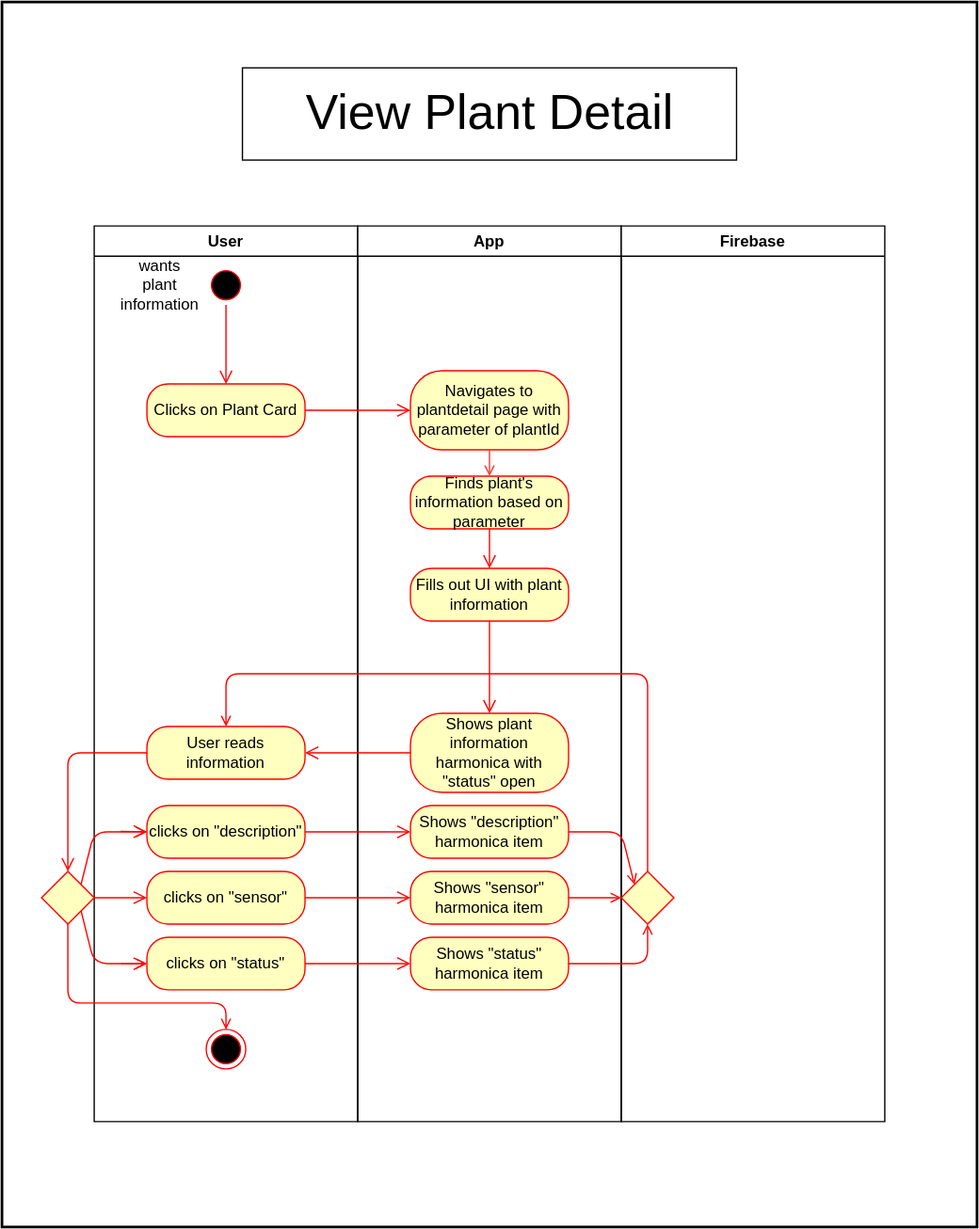
The draw.io diagram docs/assets/svg/useCaseDiagrams/viewPlantDetail.drawio.svg in Green-Fingers-App/gardeningApp, before a commit. Source tidied: cells renumbered, new cells last; positions are measured from the earlier drawing's top-left corner, leaving out a move shared by most shapes.
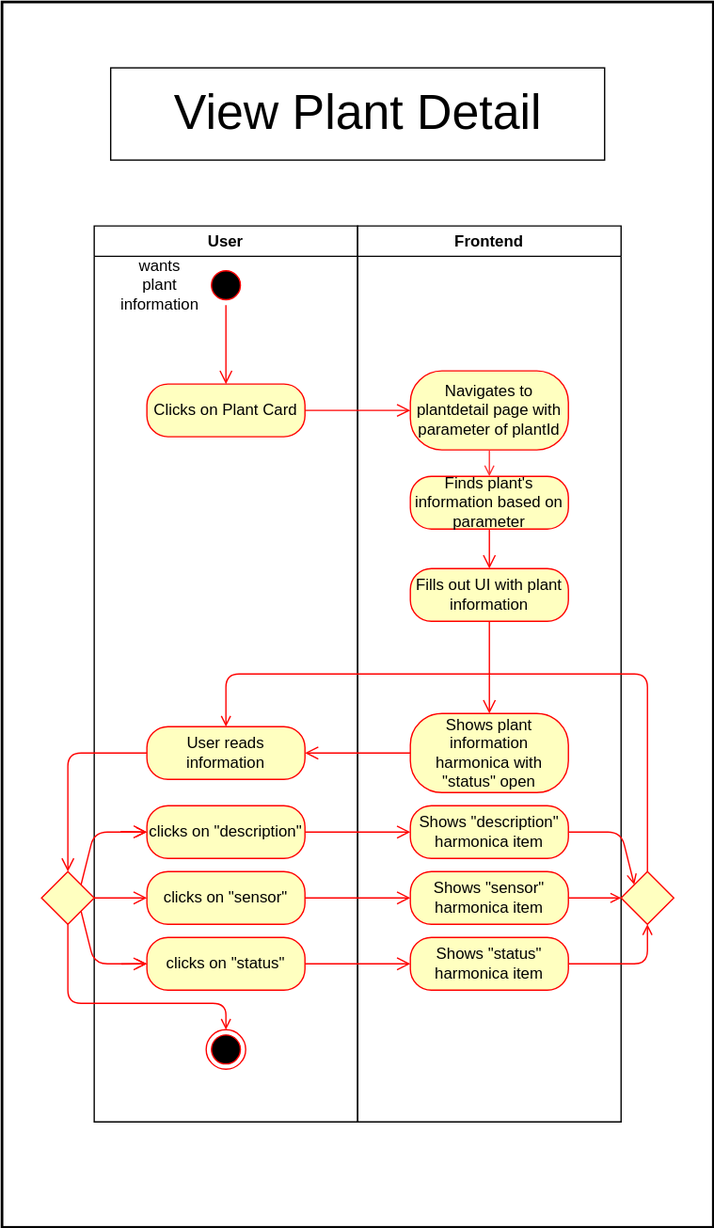
Above is the later version.

Diff of the diagram source:
```diff
@@ -3,7 +3,7 @@
     <mxCell id="0" />
     <mxCell id="1" parent="0" />
     <mxCell id="2" style="rounded=0;whiteSpace=wrap;html=1;strokeWidth=2;" parent="1" vertex="1">
-      <mxGeometry width="740" height="930" as="geometry" />
+      <mxGeometry width="540" height="930" as="geometry" />
     </mxCell>
     <mxCell id="3" value="User" style="swimlane;whiteSpace=wrap;html=1;" parent="1" vertex="1">
       <mxGeometry x="70" y="170" width="200" height="680" as="geometry" />
@@ -47,7 +47,7 @@
     <mxCell id="14" value="wants plant information" style="text;html=1;strokeColor=none;fillColor=none;align=center;verticalAlign=middle;whiteSpace=wrap;rounded=0;" parent="3" vertex="1">
       <mxGeometry x="20" y="30" width="60" height="30" as="geometry" />
     </mxCell>
-    <mxCell id="15" value="App" style="swimlane;whiteSpace=wrap;html=1;" parent="1" vertex="1">
+    <mxCell id="15" value="Frontend" style="swimlane;whiteSpace=wrap;html=1;" parent="1" vertex="1">
       <mxGeometry x="270" y="170" width="200" height="680" as="geometry" />
     </mxCell>
     <mxCell id="16" style="edgeStyle=none;html=1;strokeColor=#ff0000;endArrow=open;endFill=0;endSize=8;" parent="15" edge="1" source="17" target="18">
@@ -71,12 +71,6 @@
     <mxCell id="22" value="Navigates to plantdetail page with parameter of plantId" style="rounded=1;whiteSpace=wrap;html=1;arcSize=40;fontColor=#000000;fillColor=#ffffc0;strokeColor=#ff0000;strokeWidth=1;" parent="15" vertex="1">
       <mxGeometry x="40" y="110" width="120" height="60" as="geometry" />
     </mxCell>
-    <mxCell id="23" value="Firebase" style="swimlane;whiteSpace=wrap;html=1;" parent="1" vertex="1">
-      <mxGeometry x="470" y="170" width="200" height="680" as="geometry" />
-    </mxCell>
-    <mxCell id="24" style="rhombus;whiteSpace=wrap;html=1;fillColor=#ffffc0;strokeColor=#ff0000;" parent="23" vertex="1">
-      <mxGeometry y="490" width="40" height="40" as="geometry" />
-    </mxCell>
     <mxCell id="25" style="edgeStyle=orthogonalEdgeStyle;html=1;verticalAlign=bottom;endArrow=open;endSize=8;strokeColor=#ff0000;entryX=0;entryY=0.5;entryDx=0;entryDy=0;" parent="1" edge="1" source="6" target="22">
       <mxGeometry relative="1" as="geometry" />
     </mxCell>
@@ -167,7 +161,10 @@
       <mxGeometry relative="1" as="geometry" />
     </mxCell>
     <mxCell id="43" value="&lt;span style=&quot;font-size: 37px;&quot;&gt;View Plant Detail&lt;/span&gt;" style="html=1;strokeWidth=1;" parent="1" vertex="1">
-      <mxGeometry x="182.5" y="50" width="375" height="70" as="geometry" />
+      <mxGeometry x="82.5" y="50" width="375" height="70" as="geometry" />
     </mxCell>
+    <mxCell id="24" style="rhombus;whiteSpace=wrap;html=1;fillColor=#ffffc0;strokeColor=#ff0000;" parent="1" vertex="1">
+      <mxGeometry x="470" y="660" width="40" height="40" as="geometry" />
+    </mxCell>
   </root>
 </mxGraphModel>
```
